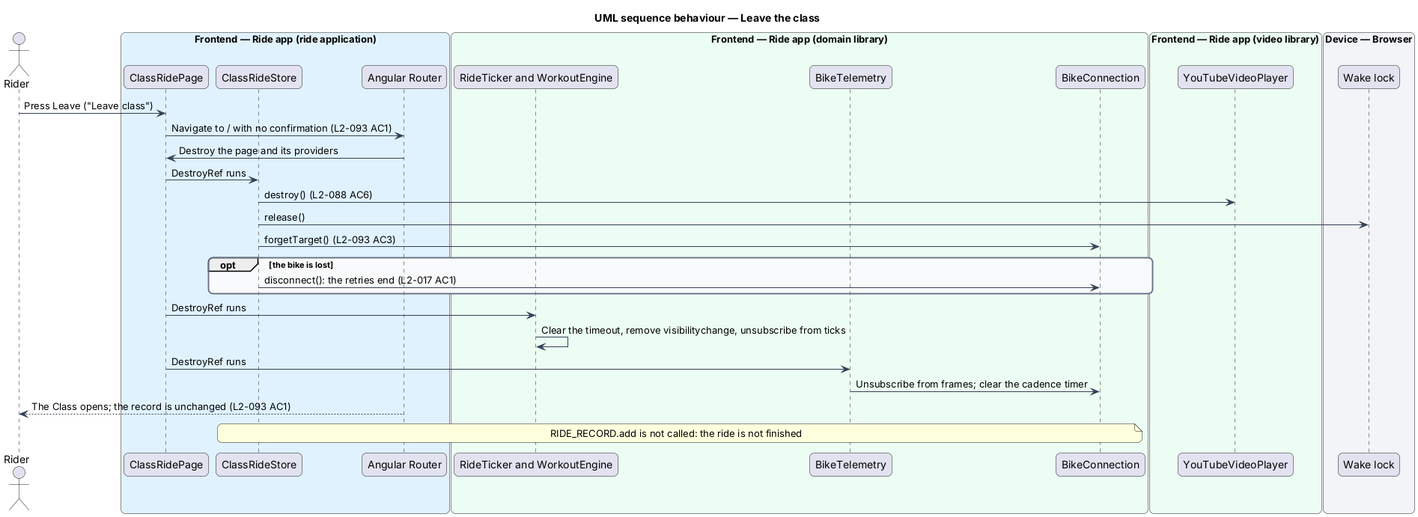
This is docs/detailed-designs/class-ride/pause-leave-or-finish-the-class/diagrams/sequence-leave-the-class.png from QuinntyneBrown/ride-one, a PlantUML export, as it was before one commit. The source it was exported from:
```plantuml
@startuml
title UML sequence behaviour — Leave the class
skinparam backgroundColor #FFFFFF
skinparam shadowing false
skinparam roundcorner 12
skinparam defaultFontName Arial
skinparam ArrowColor #344054
skinparam rectangle {
  BorderColor #344054
  FontColor #101828
}
skinparam package {
  BorderColor #667085
  FontColor #101828
  BackgroundColor #F9FAFB
}
actor "Rider" as rider
box "Frontend — Ride app (ride application)" #E0F2FE
  participant "ClassRidePage" as page
  participant "ClassRideStore" as store
  participant "Angular Router" as router
end box
box "Frontend — Ride app (domain library)" #ECFDF3
  participant "RideTicker and WorkoutEngine" as engine
  participant "BikeTelemetry" as telemetry
  participant "BikeConnection" as conn
end box
box "Frontend — Ride app (video library)" #ECFDF3
  participant "YouTubeVideoPlayer" as player
end box
box "Device — Browser" #F2F4F7
  participant "Wake lock" as wake
end box
rider -> page : Press Leave ("Leave class")
page -> router : Navigate to / with no confirmation (L2-093 AC1)
router -> page : Destroy the page and its providers
page -> store : DestroyRef runs
store -> player : destroy() (L2-088 AC6)
store -> wake : release()
store -> conn : forgetTarget() (L2-093 AC3)
opt the bike is lost
  store -> conn : disconnect(): the retries end (L2-017 AC1)
end
page -> engine : DestroyRef runs
engine -> engine : Clear the timeout, remove visibilitychange, unsubscribe from ticks
page -> telemetry : DestroyRef runs
telemetry -> conn : Unsubscribe from frames; clear the cadence timer
router --> rider : The Class opens; the record is unchanged (L2-093 AC1)
note over store, conn : RIDE_RECORD.add is not called: the ride is not finished
@enduml
```
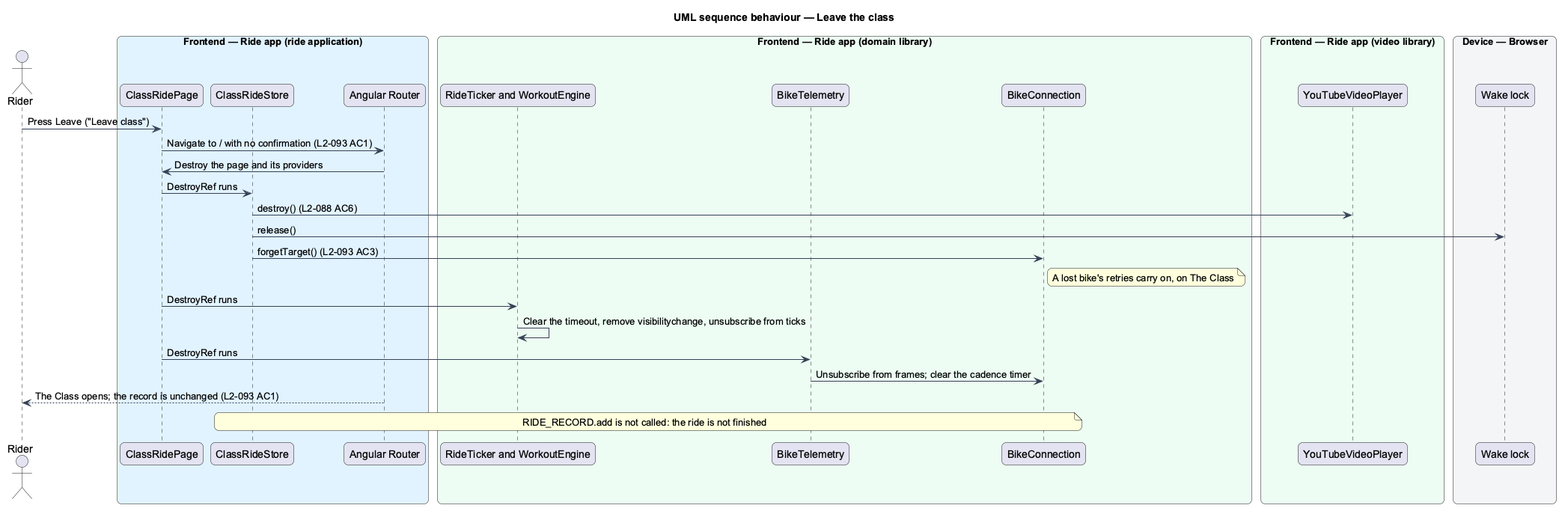
The same file after the commit.

What changed in the source:
```diff
@@ -38,9 +38,7 @@
 store -> player : destroy() (L2-088 AC6)
 store -> wake : release()
 store -> conn : forgetTarget() (L2-093 AC3)
-opt the bike is lost
-  store -> conn : disconnect(): the retries end (L2-017 AC1)
-end
+note right of conn : A lost bike's retries carry on, on The Class
 page -> engine : DestroyRef runs
 engine -> engine : Clear the timeout, remove visibilitychange, unsubscribe from ticks
 page -> telemetry : DestroyRef runs
```
